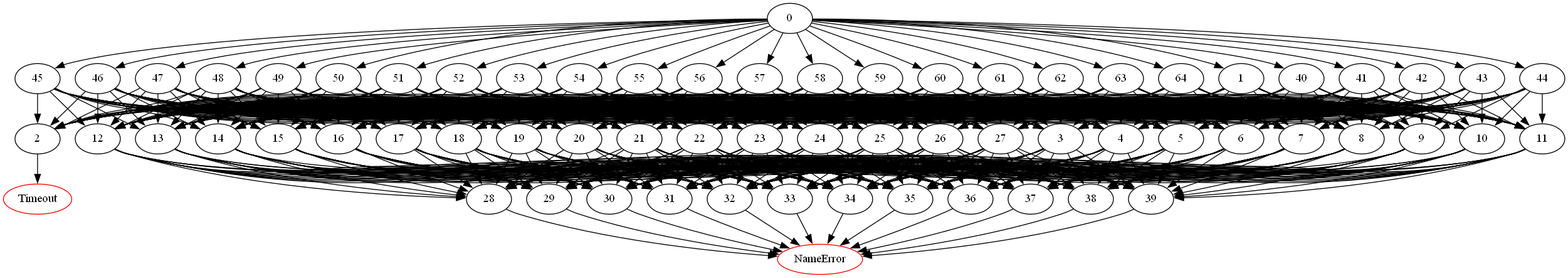
This is DomainPicture/27ubq.tgpd.comdirected_graph.png from Asikl/MazeMapper, a Graphviz export, as it was before one commit. Its source is kept beside it as DomainPicture/27ubq.tgpd.comdirected_graph.dot.
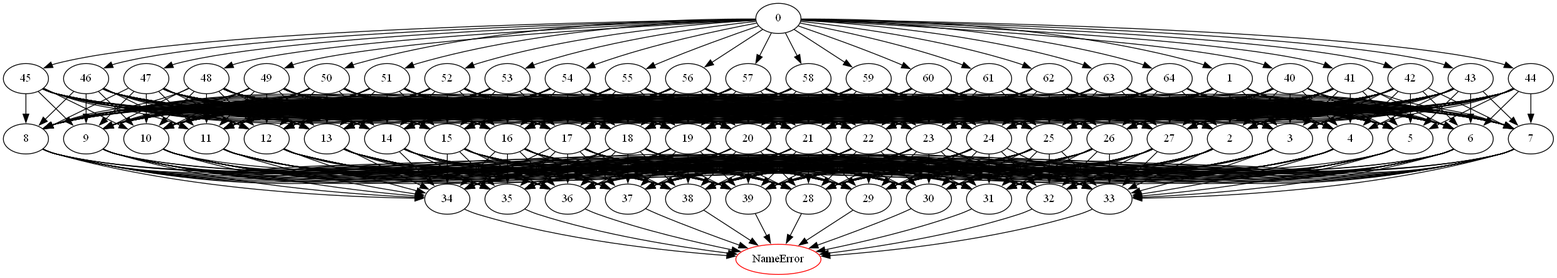
Above is the later version.

Change to the diagram source:
```diff
@@ -51,8 +51,18 @@
 	1 -> 25;
 	1 -> 26;
 	1 -> 27;
-	2 -> "Timeout";
-Timeout [color=red];
+	2 -> 28;
+	2 -> 29;
+	2 -> 30;
+	2 -> 31;
+	2 -> 32;
+	2 -> 33;
+	2 -> 34;
+	2 -> 35;
+	2 -> 36;
+	2 -> 37;
+	2 -> 38;
+	2 -> 39;
 	3 -> 28;
 	3 -> 29;
 	3 -> 30;
```
